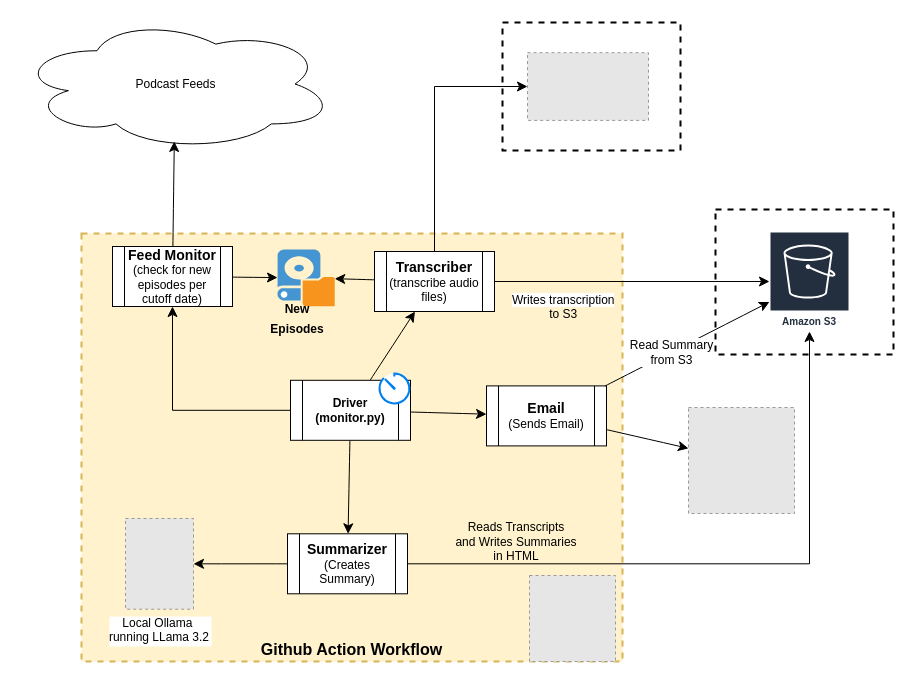
The draw.io diagram Architecture/Architecture.drawio in rahulguha/podcast_monitor, before the edit. Source tidied: cells renumbered, new cells numbered last; positions are measured from the earlier drawing's top-left corner, leaving out a move shared by most shapes. Both pictures are drawn from the tidied source at 100%, with x=0, y=0 at pixel (17, 17). Pictures stored in the file or linked from it are replaced by grey dashed boxes.
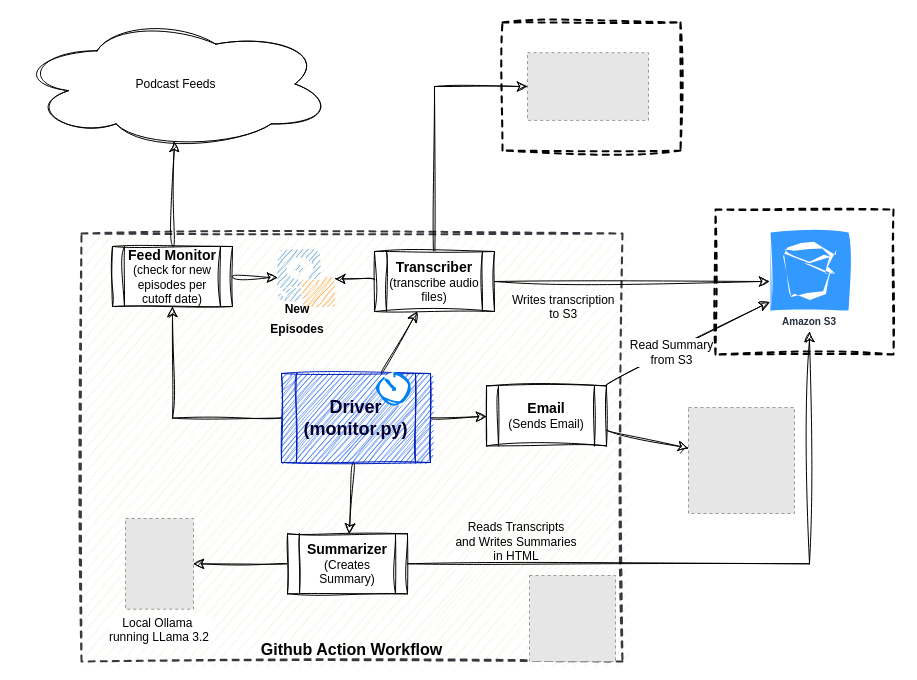
Above is the later version.

Commit message (it also covers changes not shown here):
updated architecture diagram

Unchanged cells that the change refers to:
```xml
<mxCell id="10" style="fillColor=#E6E6E6;strokeColor=#999999;dashed=1;verticalLabelPosition=bottom;labelBackgroundColor=default;verticalAlign=top;" parent="8" vertex="1">
  <mxGeometry x="25" y="30.2" width="121" height="67.7" as="geometry" />
</mxCell>
<mxCell id="20" value="Local Ollama &#10;running LLama 3.2" style="fillColor=#E6E6E6;strokeColor=#999999;dashed=1;verticalLabelPosition=bottom;labelBackgroundColor=default;verticalAlign=top;" parent="1" vertex="1">
  <mxGeometry x="108" y="501" width="68" height="90.7" as="geometry" />
</mxCell>
<mxCell id="32" style="fillColor=#E6E6E6;strokeColor=#999999;dashed=1;verticalLabelPosition=bottom;labelBackgroundColor=default;verticalAlign=top;" parent="1" vertex="1">
  <mxGeometry x="671" y="390" width="106" height="106" as="geometry" />
</mxCell>
```

Diff of the diagram source:
```diff
@@
-    <mxCell id="2" value="Github Action Workflow" style="rounded=0;whiteSpace=wrap;html=1;dashed=1;strokeWidth=2;fillColor=#fff2cc;strokeColor=#d6b656;verticalAlign=bottom;fontSize=16;fontStyle=1;" parent="1" vertex="1">
+    <mxCell id="2" value="Github Action Workflow" style="rounded=0;whiteSpace=wrap;html=1;dashed=1;strokeWidth=2;fillColor=#f9f7ed;strokeColor=#36393d;verticalAlign=bottom;fontSize=16;fontStyle=1;sketch=1;curveFitting=1;jiggle=2;" parent="1" vertex="1">
       <mxGeometry x="64" y="216" width="541" height="428" as="geometry" />
     </mxCell>
-    <mxCell id="3" value="Podcast Feeds" style="ellipse;shape=cloud;whiteSpace=wrap;html=1;" parent="1" vertex="1">
+    <mxCell id="3" value="Podcast Feeds" style="ellipse;shape=cloud;whiteSpace=wrap;html=1;sketch=1;curveFitting=1;jiggle=2;rounded=0;" parent="1" vertex="1">
       <mxGeometry x="0.2" width="317" height="133" as="geometry" />
     </mxCell>
-    <mxCell id="4" style="edgeStyle=none;curved=1;rounded=0;jettySize=auto;html=1;fontSize=12;startSize=8;endSize=8;" parent="1" edge="1" source="5" target="15">
+    <mxCell id="4" style="edgeStyle=none;curved=1;rounded=0;jettySize=auto;html=1;fontSize=12;startSize=8;endSize=8;sketch=1;curveFitting=1;jiggle=2;" parent="1" edge="1" source="5" target="15">
       <mxGeometry relative="1" as="geometry" />
     </mxCell>
-    <mxCell id="5" value="&lt;b&gt;&lt;font style=&quot;font-size: 14px;&quot;&gt;Feed Monitor&lt;/font&gt;&lt;/b&gt;&lt;br&gt;(check for new episodes per cutoff date)" style="shape=process;whiteSpace=wrap;html=1;backgroundOutline=1;" parent="1" vertex="1">
+    <mxCell id="5" value="&lt;b&gt;&lt;font style=&quot;font-size: 14px;&quot;&gt;Feed Monitor&lt;/font&gt;&lt;/b&gt;&lt;br&gt;(check for new episodes per cutoff date)" style="shape=process;whiteSpace=wrap;html=1;backgroundOutline=1;sketch=1;curveFitting=1;jiggle=2;rounded=0;" parent="1" vertex="1">
       <mxGeometry x="95" y="229" width="120" height="60" as="geometry" />
     </mxCell>
-    <mxCell id="6" style="edgeStyle=none;curved=1;rounded=0;jettySize=auto;html=1;entryX=0.494;entryY=0.932;entryDx=0;entryDy=0;entryPerimeter=0;fontSize=12;startSize=8;endSize=8;" parent="1" edge="1" source="5" target="3">
+    <mxCell id="6" style="edgeStyle=none;curved=1;rounded=0;jettySize=auto;html=1;entryX=0.494;entryY=0.932;entryDx=0;entryDy=0;entryPerimeter=0;fontSize=12;startSize=8;endSize=8;sketch=1;curveFitting=1;jiggle=2;" parent="1" edge="1" source="5" target="3">
       <mxGeometry relative="1" as="geometry" />
     </mxCell>
-    <mxCell id="7" style="edgeStyle=orthogonalEdgeStyle;rounded=0;jettySize=auto;html=1;entryX=0.5;entryY=1;entryDx=0;entryDy=0;fontSize=12;startSize=8;endSize=8;" parent="1" edge="1" source="30" target="5">
+    <mxCell id="7" style="edgeStyle=orthogonalEdgeStyle;rounded=0;jettySize=auto;html=1;entryX=0.5;entryY=1;entryDx=0;entryDy=0;fontSize=12;startSize=8;endSize=8;sketch=1;curveFitting=1;jiggle=2;" parent="1" edge="1" source="30" target="5">
       <mxGeometry relative="1" as="geometry" />
     </mxCell>
-    <mxCell id="8" style="group;" parent="1" vertex="1">
+    <mxCell id="8" style="group;sketch=1;curveFitting=1;jiggle=2;rounded=0;" parent="1" vertex="1">
       <mxGeometry x="485" y="5" width="178" height="128" as="geometry" />
     </mxCell>
-    <mxCell id="9" style="rounded=0;whiteSpace=wrap;html=1;dashed=1;strokeWidth=2;" parent="8" vertex="1">
+    <mxCell id="9" style="rounded=0;whiteSpace=wrap;html=1;dashed=1;strokeWidth=2;sketch=1;curveFitting=1;jiggle=2;" parent="8" vertex="1">
       <mxGeometry width="178" height="128" as="geometry" />
     </mxCell>
@@
-    <mxCell id="11" style="edgeStyle=none;curved=1;rounded=0;jettySize=auto;html=1;fontSize=12;startSize=8;endSize=8;" parent="1" edge="1" source="13" target="15">
+    <mxCell id="11" style="edgeStyle=none;curved=1;rounded=0;jettySize=auto;html=1;fontSize=12;startSize=8;endSize=8;sketch=1;curveFitting=1;jiggle=2;" parent="1" edge="1" source="13" target="15">
       <mxGeometry relative="1" as="geometry" />
     </mxCell>
-    <mxCell id="12" style="edgeStyle=orthogonalEdgeStyle;rounded=0;jettySize=auto;html=1;fontSize=12;startSize=8;endSize=8;exitX=1;exitY=0.5;exitDx=0;exitDy=0;" parent="1" edge="1" source="13" target="10">
+    <mxCell id="12" style="edgeStyle=orthogonalEdgeStyle;rounded=0;jettySize=auto;html=1;fontSize=12;startSize=8;endSize=8;exitX=1;exitY=0.5;exitDx=0;exitDy=0;sketch=1;curveFitting=1;jiggle=2;" parent="1" edge="1" source="13" target="10">
       <mxGeometry relative="1" as="geometry">
         <Array as="points">
           <mxPoint x="417" y="264" />
           <mxPoint x="417" y="69" />
         </Array>
       </mxGeometry>
     </mxCell>
-    <mxCell id="13" value="&lt;span style=&quot;font-size: 14px;&quot;&gt;&lt;b&gt;Transcriber&lt;br&gt;&lt;/b&gt;&lt;/span&gt;(transcribe audio files)" style="shape=process;whiteSpace=wrap;html=1;backgroundOutline=1;" parent="1" vertex="1">
+    <mxCell id="13" value="&lt;span style=&quot;font-size: 14px;&quot;&gt;&lt;b&gt;Transcriber&lt;br&gt;&lt;/b&gt;&lt;/span&gt;(transcribe audio files)" style="shape=process;whiteSpace=wrap;html=1;backgroundOutline=1;sketch=1;curveFitting=1;jiggle=2;rounded=0;" parent="1" vertex="1">
       <mxGeometry x="357" y="234" width="120" height="60" as="geometry" />
     </mxCell>
-    <mxCell id="14" style="group;" parent="1" vertex="1">
+    <mxCell id="14" style="group;sketch=1;curveFitting=1;jiggle=2;rounded=0;" parent="1" vertex="1">
       <mxGeometry x="250" y="232" width="67.2" height="83" as="geometry" />
     </mxCell>
-    <mxCell id="15" style="shadow=0;dashed=0;html=1;strokeColor=none;fillColor=#4495D1;labelPosition=center;verticalLabelPosition=bottom;verticalAlign=top;align=center;outlineConnect=0;shape=mxgraph.veeam.local_disk;" parent="14" vertex="1">
+    <mxCell id="15" style="shadow=0;dashed=0;html=1;strokeColor=none;fillColor=#4495D1;labelPosition=center;verticalLabelPosition=bottom;verticalAlign=top;align=center;outlineConnect=0;shape=mxgraph.veeam.local_disk;sketch=1;curveFitting=1;jiggle=2;rounded=0;" parent="14" vertex="1">
       <mxGeometry x="10" width="57.2" height="56.8" as="geometry" />
     </mxCell>
-    <mxCell id="16" value="&lt;font style=&quot;font-size: 12px;&quot;&gt;&lt;b&gt;New Episodes&lt;/b&gt;&lt;/font&gt;" style="text;html=1;align=center;verticalAlign=middle;whiteSpace=wrap;rounded=0;fontSize=16;" parent="14" vertex="1">
+    <mxCell id="16" value="&lt;font style=&quot;font-size: 12px;&quot;&gt;&lt;b&gt;New Episodes&lt;/b&gt;&lt;/font&gt;" style="text;html=1;align=center;verticalAlign=middle;whiteSpace=wrap;rounded=0;fontSize=16;sketch=1;curveFitting=1;jiggle=2;" parent="14" vertex="1">
       <mxGeometry y="53" width="60" height="30" as="geometry" />
     </mxCell>
-    <mxCell id="17" style="edgeStyle=none;curved=1;rounded=0;jettySize=auto;html=1;fontSize=12;startSize=8;endSize=8;" parent="1" edge="1" source="30" target="13">
+    <mxCell id="17" style="edgeStyle=none;curved=1;rounded=0;jettySize=auto;html=1;fontSize=12;startSize=8;endSize=8;sketch=1;curveFitting=1;jiggle=2;" parent="1" edge="1" source="30" target="13">
       <mxGeometry relative="1" as="geometry" />
     </mxCell>
-    <mxCell id="18" style="edgeStyle=none;curved=1;rounded=0;jettySize=auto;html=1;fontSize=12;startSize=8;endSize=8;" parent="1" edge="1" source="19" target="20">
+    <mxCell id="18" style="edgeStyle=none;curved=1;rounded=0;jettySize=auto;html=1;fontSize=12;startSize=8;endSize=8;sketch=1;curveFitting=1;jiggle=2;" parent="1" edge="1" source="19" target="20">
       <mxGeometry relative="1" as="geometry" />
     </mxCell>
-    <mxCell id="19" value="&lt;span style=&quot;font-size: 14px;&quot;&gt;&lt;b&gt;Summarizer&lt;br&gt;&lt;/b&gt;&lt;/span&gt;(Creates Summary)" style="shape=process;whiteSpace=wrap;html=1;backgroundOutline=1;" parent="1" vertex="1">
+    <mxCell id="19" value="&lt;span style=&quot;font-size: 14px;&quot;&gt;&lt;b&gt;Summarizer&lt;br&gt;&lt;/b&gt;&lt;/span&gt;(Creates Summary)" style="shape=process;whiteSpace=wrap;html=1;backgroundOutline=1;sketch=1;curveFitting=1;jiggle=2;rounded=0;" parent="1" vertex="1">
       <mxGeometry x="270" y="516.3" width="120" height="60" as="geometry" />
     </mxCell>
@@
-    <mxCell id="21" style="edgeStyle=none;curved=1;rounded=0;jettySize=auto;html=1;fontSize=12;startSize=8;endSize=8;" parent="1" edge="1" source="30" target="19">
+    <mxCell id="21" style="edgeStyle=none;curved=1;rounded=0;jettySize=auto;html=1;fontSize=12;startSize=8;endSize=8;sketch=1;curveFitting=1;jiggle=2;" parent="1" edge="1" source="30" target="19">
       <mxGeometry relative="1" as="geometry" />
     </mxCell>
-    <mxCell id="22" style="edgeStyle=none;curved=1;rounded=0;jettySize=auto;html=1;fontSize=12;startSize=8;endSize=8;" parent="1" edge="1" source="23" target="32">
+    <mxCell id="22" style="edgeStyle=none;curved=1;rounded=0;jettySize=auto;html=1;fontSize=12;startSize=8;endSize=8;sketch=1;curveFitting=1;jiggle=2;" parent="1" edge="1" source="23" target="32">
       <mxGeometry relative="1" as="geometry" />
     </mxCell>
-    <mxCell id="23" value="&lt;span style=&quot;font-size: 14px;&quot;&gt;&lt;b&gt;Email&lt;br&gt;&lt;/b&gt;&lt;/span&gt;(Sends Email)" style="shape=process;whiteSpace=wrap;html=1;backgroundOutline=1;" parent="1" vertex="1">
+    <mxCell id="23" value="&lt;span style=&quot;font-size: 14px;&quot;&gt;&lt;b&gt;Email&lt;br&gt;&lt;/b&gt;&lt;/span&gt;(Sends Email)" style="shape=process;whiteSpace=wrap;html=1;backgroundOutline=1;sketch=1;curveFitting=1;jiggle=2;rounded=0;" parent="1" vertex="1">
       <mxGeometry x="469" y="368.4" width="120" height="60" as="geometry" />
     </mxCell>
-    <mxCell id="24" style="edgeStyle=none;curved=1;rounded=0;jettySize=auto;html=1;fontSize=12;startSize=8;endSize=8;" parent="1" edge="1" source="30" target="23">
+    <mxCell id="24" style="edgeStyle=none;curved=1;rounded=0;jettySize=auto;html=1;fontSize=12;startSize=8;endSize=8;sketch=1;curveFitting=1;jiggle=2;" parent="1" edge="1" source="30" target="23">
       <mxGeometry relative="1" as="geometry" />
     </mxCell>
-    <mxCell id="25" style="group;" parent="1" vertex="1">
+    <mxCell id="25" style="group;rounded=0;glass=0;shadow=1;sketch=1;curveFitting=1;jiggle=2;" parent="1" vertex="1">
       <mxGeometry x="698" y="154" width="178" height="183" as="geometry" />
     </mxCell>
-    <mxCell id="26" style="rounded=0;whiteSpace=wrap;html=1;dashed=1;strokeWidth=2;" parent="25" vertex="1">
+    <mxCell id="26" style="rounded=0;whiteSpace=wrap;html=1;dashed=1;strokeWidth=2;sketch=1;curveFitting=1;jiggle=2;" parent="25" vertex="1">
       <mxGeometry y="38" width="178" height="145" as="geometry" />
     </mxCell>
-    <mxCell id="27" value="Amazon S3" style="sketch=0;outlineConnect=0;fontColor=#232F3E;gradientColor=none;strokeColor=#ffffff;fillColor=#232F3E;dashed=0;verticalLabelPosition=middle;verticalAlign=bottom;align=center;html=1;whiteSpace=wrap;fontSize=10;fontStyle=1;spacing=3;shape=mxgraph.aws4.productIcon;prIcon=mxgraph.aws4.s3;" parent="25" vertex="1">
+    <mxCell id="27" value="Amazon S3" style="sketch=1;outlineConnect=0;fontColor=#232F3E;gradientColor=none;strokeColor=#ffffff;fillColor=#3399FF;dashed=0;verticalLabelPosition=middle;verticalAlign=bottom;align=center;html=1;whiteSpace=wrap;fontSize=10;fontStyle=1;spacing=3;shape=mxgraph.aws4.productIcon;prIcon=mxgraph.aws4.s3;curveFitting=1;jiggle=2;rounded=0;" parent="25" vertex="1">
       <mxGeometry x="54" y="60" width="80" height="100" as="geometry" />
     </mxCell>
-    <mxCell id="28" value="&lt;span style=&quot;color: rgb(0, 0, 0); font-family: Helvetica; font-size: 12px; font-style: normal; font-variant-ligatures: normal; font-variant-caps: normal; font-weight: 400; letter-spacing: normal; orphans: 2; text-align: center; text-indent: 0px; text-transform: none; widows: 2; word-spacing: 0px; -webkit-text-stroke-width: 0px; white-space: nowrap; background-color: rgb(255, 255, 255); text-decoration-thickness: initial; text-decoration-style: initial; text-decoration-color: initial; display: inline !important; float: none;&quot;&gt;Writes transcription&lt;/span&gt;&lt;div style=&quot;forced-color-adjust: none; color: rgb(0, 0, 0); font-family: Helvetica; font-size: 12px; font-style: normal; font-variant-ligatures: normal; font-variant-caps: normal; font-weight: 400; letter-spacing: normal; orphans: 2; text-align: center; text-indent: 0px; text-transform: none; widows: 2; word-spacing: 0px; -webkit-text-stroke-width: 0px; white-space: nowrap; text-decoration-thickness: initial; text-decoration-style: initial; text-decoration-color: initial;&quot;&gt;to S3&lt;/div&gt;" style="text;whiteSpace=wrap;html=1;" parent="1" vertex="1">
+    <mxCell id="28" value="&lt;span style=&quot;color: rgb(0, 0, 0); font-family: Helvetica; font-size: 12px; font-style: normal; font-variant-ligatures: normal; font-variant-caps: normal; font-weight: 400; letter-spacing: normal; orphans: 2; text-align: center; text-indent: 0px; text-transform: none; widows: 2; word-spacing: 0px; -webkit-text-stroke-width: 0px; white-space: nowrap; background-color: rgb(255, 255, 255); text-decoration-thickness: initial; text-decoration-style: initial; text-decoration-color: initial; display: inline !important; float: none;&quot;&gt;Writes transcription&lt;/span&gt;&lt;div style=&quot;forced-color-adjust: none; color: rgb(0, 0, 0); font-family: Helvetica; font-size: 12px; font-style: normal; font-variant-ligatures: normal; font-variant-caps: normal; font-weight: 400; letter-spacing: normal; orphans: 2; text-align: center; text-indent: 0px; text-transform: none; widows: 2; word-spacing: 0px; -webkit-text-stroke-width: 0px; white-space: nowrap; text-decoration-thickness: initial; text-decoration-style: initial; text-decoration-color: initial;&quot;&gt;to S3&lt;/div&gt;" style="text;whiteSpace=wrap;html=1;sketch=1;curveFitting=1;jiggle=2;rounded=0;" parent="1" vertex="1">
       <mxGeometry x="493" y="269" width="130" height="51" as="geometry" />
     </mxCell>
-    <mxCell id="29" style="edgeStyle=orthogonalEdgeStyle;rounded=0;jettySize=auto;html=1;fontSize=12;startSize=8;endSize=8;" parent="1" edge="1" source="13" target="27">
+    <mxCell id="29" style="edgeStyle=orthogonalEdgeStyle;rounded=0;jettySize=auto;html=1;fontSize=12;startSize=8;endSize=8;sketch=1;curveFitting=1;jiggle=2;" parent="1" edge="1" source="13" target="27">
       <mxGeometry relative="1" as="geometry" />
     </mxCell>
-    <mxCell id="30" value="&lt;b&gt;Driver (monitor.py)&lt;/b&gt;" style="shape=process;whiteSpace=wrap;html=1;backgroundOutline=1;" parent="1" vertex="1">
-      <mxGeometry x="273" y="362.8" width="120" height="60" as="geometry" />
+    <mxCell id="30" value="&lt;b&gt;&lt;font style=&quot;font-size: 18px;&quot;&gt;Driver (monitor.py)&lt;/font&gt;&lt;/b&gt;" style="shape=process;whiteSpace=wrap;html=1;backgroundOutline=1;sketch=1;curveFitting=1;jiggle=2;rounded=0;fillColor=#0050ef;fontColor=#000033;strokeColor=#001DBC;" parent="1" vertex="1">
+      <mxGeometry x="264" y="356" width="149" height="89" as="geometry" />
     </mxCell>
-    <mxCell id="31" style="html=1;verticalLabelPosition=bottom;align=center;labelBackgroundColor=#ffffff;verticalAlign=top;strokeWidth=2;strokeColor=#0080F0;shadow=0;dashed=0;shape=mxgraph.ios7.icons.gauge;" parent="1" vertex="1">
+    <mxCell id="31" style="html=1;verticalLabelPosition=bottom;align=center;labelBackgroundColor=#ffffff;verticalAlign=top;strokeWidth=2;strokeColor=#0080F0;shadow=0;dashed=0;shape=mxgraph.ios7.icons.gauge;sketch=1;curveFitting=1;jiggle=2;rounded=0;" parent="1" vertex="1">
       <mxGeometry x="360.6" y="356" width="32.4" height="31.5" as="geometry" />
     </mxCell>
@@
-    <mxCell id="33" style="edgeStyle=none;curved=1;rounded=0;jettySize=auto;html=1;fontSize=12;startSize=8;endSize=8;" parent="1" edge="1" source="23" target="27">
+    <mxCell id="33" style="edgeStyle=none;curved=1;rounded=0;jettySize=auto;html=1;fontSize=12;startSize=8;endSize=8;sketch=1;curveFitting=1;jiggle=2;" parent="1" edge="1" source="23" target="27">
       <mxGeometry relative="1" as="geometry" />
     </mxCell>
-    <mxCell id="34" value="Read Summary&lt;div&gt;from S3&lt;/div&gt;" style="edgeLabel;html=1;align=center;verticalAlign=middle;fontSize=12;" parent="33" vertex="1">
+    <mxCell id="34" value="Read Summary&lt;div&gt;from S3&lt;/div&gt;" style="edgeLabel;html=1;align=center;verticalAlign=middle;fontSize=12;sketch=1;curveFitting=1;jiggle=2;rounded=0;" parent="33" vertex="1">
       <mxGeometry x="-0.2" relative="1" as="geometry" />
     </mxCell>
-    <mxCell id="35" style="edgeStyle=orthogonalEdgeStyle;rounded=0;jettySize=auto;html=1;fontSize=12;startSize=8;endSize=8;" parent="1" edge="1" source="19" target="27">
+    <mxCell id="35" style="edgeStyle=orthogonalEdgeStyle;rounded=0;jettySize=auto;html=1;fontSize=12;startSize=8;endSize=8;sketch=1;curveFitting=1;jiggle=2;" parent="1" edge="1" source="19" target="27">
       <mxGeometry relative="1" as="geometry" />
     </mxCell>
-    <mxCell id="36" value="&lt;span style=&quot;font-size: 12px; text-wrap: nowrap;&quot;&gt;Reads Transcripts&lt;/span&gt;&lt;div style=&quot;font-size: 12px; text-wrap: nowrap;&quot;&gt;and Writes Summaries&lt;/div&gt;&lt;div style=&quot;font-size: 12px; text-wrap: nowrap;&quot;&gt;in HTML&lt;/div&gt;" style="text;strokeColor=none;fillColor=none;html=1;align=center;verticalAlign=middle;whiteSpace=wrap;rounded=0;fontSize=16;" parent="1" vertex="1">
+    <mxCell id="36" value="&lt;span style=&quot;font-size: 12px; text-wrap: nowrap;&quot;&gt;Reads Transcripts&lt;/span&gt;&lt;div style=&quot;font-size: 12px; text-wrap: nowrap;&quot;&gt;and Writes Summaries&lt;/div&gt;&lt;div style=&quot;font-size: 12px; text-wrap: nowrap;&quot;&gt;in HTML&lt;/div&gt;" style="text;strokeColor=none;fillColor=none;html=1;align=center;verticalAlign=middle;whiteSpace=wrap;rounded=0;fontSize=16;sketch=1;curveFitting=1;jiggle=2;" parent="1" vertex="1">
       <mxGeometry x="469" y="507" width="60" height="30" as="geometry" />
     </mxCell>
```
